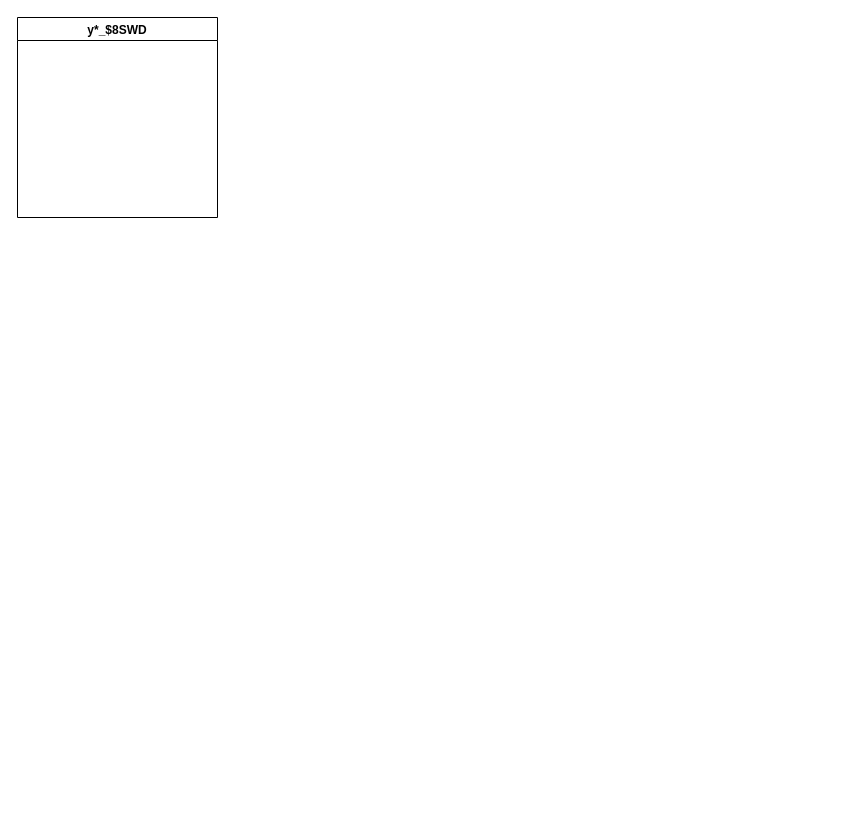
Earlier version of the draw.io diagram TPF-HR-Disciplinary process.drawio (kmagua/flowcharts). Source tidied: cells renumbered, new cells numbered last; positions are measured from the earlier drawing's top-left corner, leaving out a move shared by most shapes. Both pictures are drawn from the tidied source at 100%, with x=0, y=0 at pixel (17, 17).
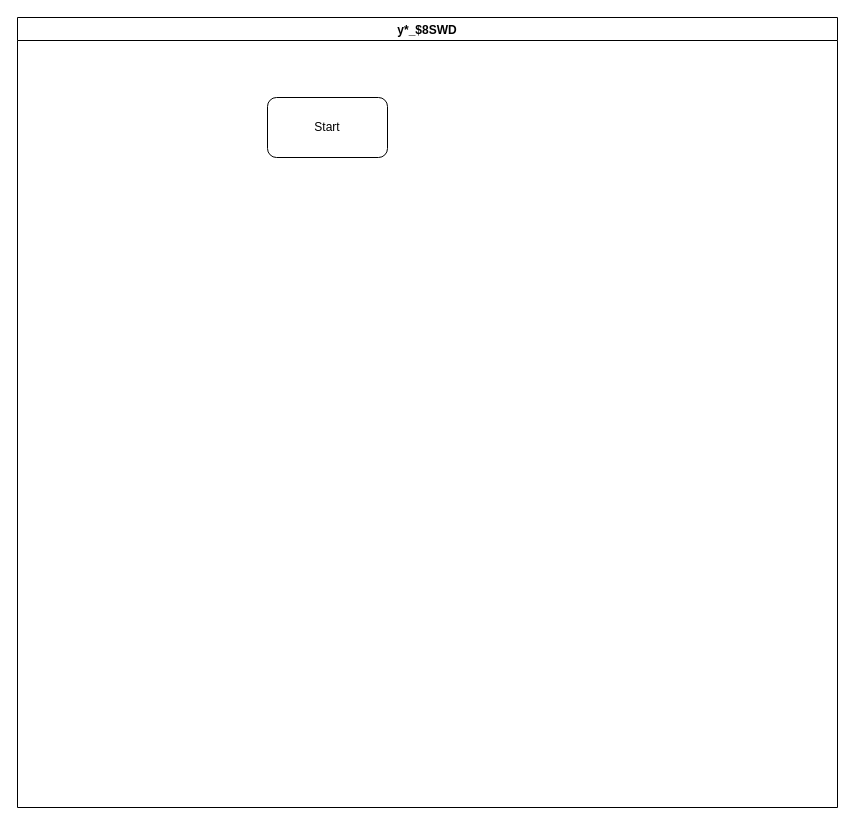
The same page after the edit.

Change to the diagram source:
```diff
@@
 <mxGraphModel>
   <root>
     <mxCell id="0" />
     <mxCell id="1" parent="0" />
     <mxCell id="2" value="y*_$8SWD" style="swimlane;" parent="1" vertex="1">
-      <mxGeometry width="200" height="200" as="geometry" />
+      <mxGeometry width="820" height="790" as="geometry" />
     </mxCell>
+    <mxCell id="3" value="Start" style="rounded=1;whiteSpace=wrap;html=1;" parent="2" vertex="1">
+      <mxGeometry x="250" y="80" width="120" height="60" as="geometry" />
+    </mxCell>
   </root>
 </mxGraphModel>
```
